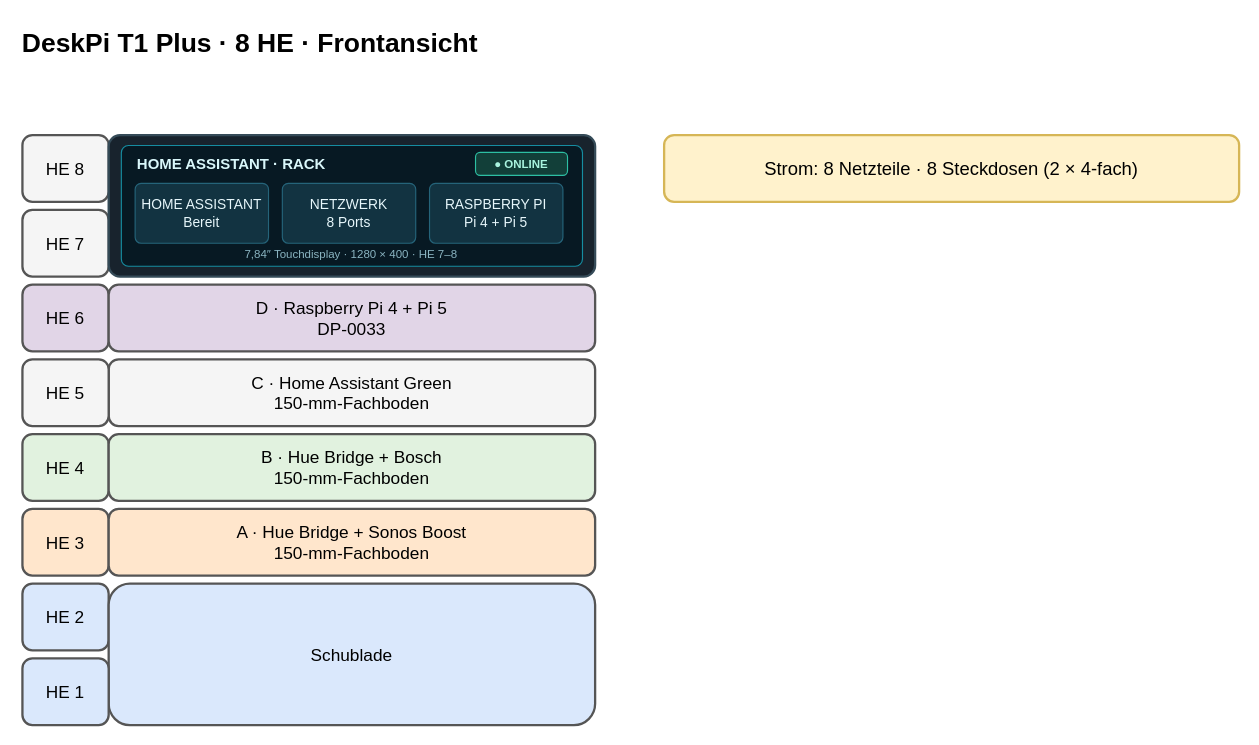
Earlier version of the draw.io diagram page "DeskPi 8 HE – Front" (1 of 5) of 10-zoll-rack-planung.drawio (tiptronic/diagrams). Source tidied: cells renumbered, new cells numbered last; positions are measured from the earlier drawing's top-left corner, leaving out a move shared by most shapes. Both pictures are drawn from the tidied source at 115%, with x=0, y=0 at pixel (20, 20).
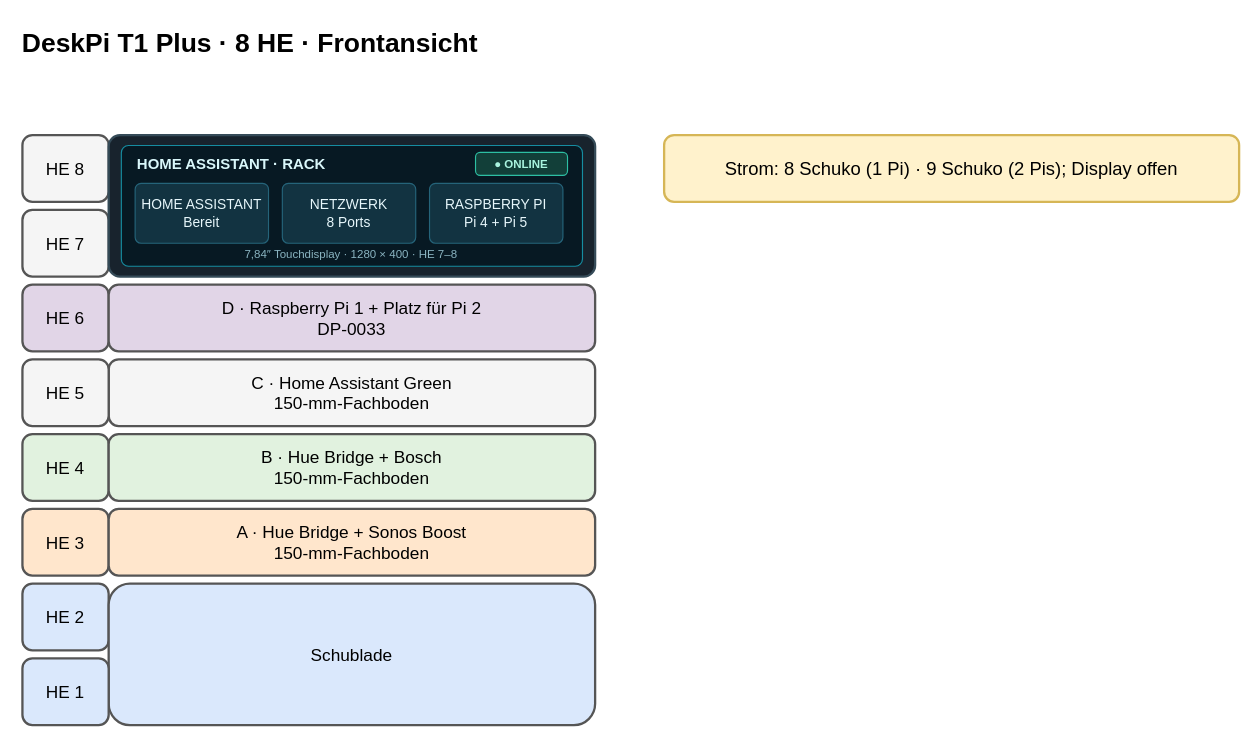
After the change.

Change to the diagram source:
```diff
@@
-    <mxCell id="8" value="D · Raspberry Pi 4 + Pi 5&#10;DP-0033" style="rounded=1;whiteSpace=wrap;html=1;align=center;verticalAlign=middle;strokeWidth=2;fontSize=15;fillColor=#e1d5e7;strokeColor=#555555;" parent="1" vertex="1">
+    <mxCell id="8" value="D · Raspberry Pi 1 + Platz für Pi 2&#10;DP-0033" style="rounded=1;whiteSpace=wrap;html=1;align=center;verticalAlign=middle;strokeWidth=2;fontSize=15;fillColor=#e1d5e7;strokeColor=#555555;" parent="1" vertex="1">
       <mxGeometry x="77" y="230" width="423" height="58" as="geometry" />
     </mxCell>
@@
-    <mxCell id="24" value="Strom: 8 Netzteile · 8 Steckdosen (2 × 4-fach)" style="rounded=1;whiteSpace=wrap;html=1;align=center;verticalAlign=middle;strokeWidth=2;fontSize=16;fillColor=#fff2cc;strokeColor=#d6b656;" parent="1" vertex="1">
+    <mxCell id="24" value="Strom: 8 Schuko (1 Pi) · 9 Schuko (2 Pis); Display offen" style="rounded=1;whiteSpace=wrap;html=1;align=center;verticalAlign=middle;strokeWidth=2;fontSize=16;fillColor=#fff2cc;strokeColor=#d6b656;" parent="1" vertex="1">
       <mxGeometry x="560" y="100" width="500" height="58" as="geometry" />
     </mxCell>
```
